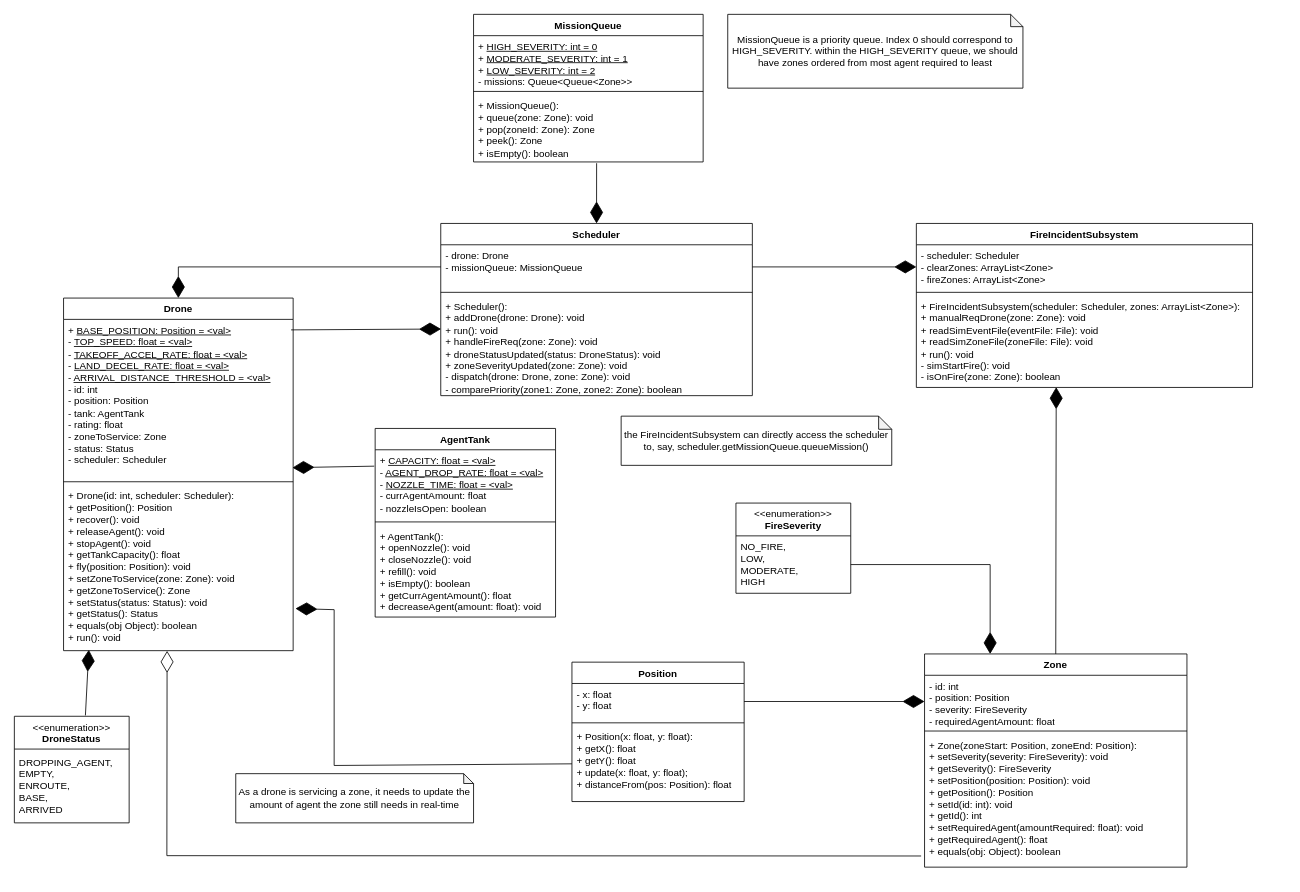
Before: docs/fire_drone_swarm_class.drawio in hubertdang/fire-drone-swarm, a draw.io diagram. Source tidied: cells renumbered, new cells numbered last; positions are measured from the earlier drawing's top-left corner, leaving out a move shared by most shapes. Both pictures are drawn from the tidied source at 82%, with x=0, y=0 at pixel (14, 14).
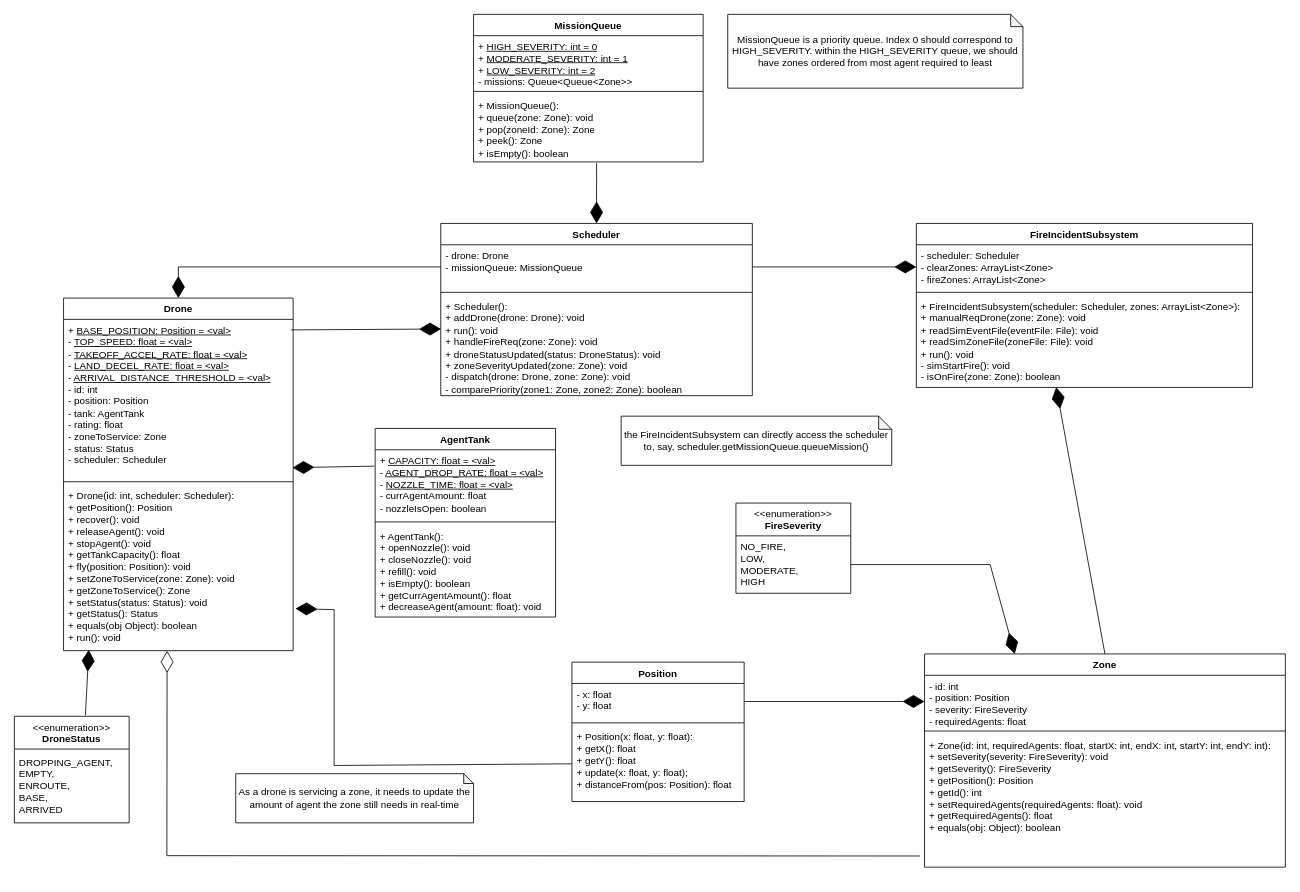
The same page after the edit.

Commit message (it also covers changes not shown here):
chore(zone): add javadocs

The edit, as a diff of the source:
```diff
@@
     <mxCell id="22" value="Zone" style="swimlane;fontStyle=1;align=center;verticalAlign=top;horizontal=1;startSize=26;whiteSpace=wrap;html=1;" parent="1" vertex="1">
-      <mxGeometry x="1110" y="780" width="320" height="260" as="geometry" />
+      <mxGeometry x="1110" y="780" width="440" height="260" as="geometry" />
     </mxCell>
-    <mxCell id="23" value="&lt;div&gt;- id: int&lt;/div&gt;- position: Position&lt;div&gt;- severity: FireSeverity&amp;nbsp;&lt;/div&gt;&lt;div&gt;- requiredAgentAmount: float&lt;/div&gt;&lt;div&gt;&lt;br&gt;&lt;/div&gt;" style="text;strokeColor=none;fillColor=none;align=left;verticalAlign=top;spacingLeft=4;spacingRight=4;overflow=hidden;points=[[0,0.5],[1,0.5]];portConstraint=eastwest;whiteSpace=wrap;html=1;" parent="22" vertex="1">
-      <mxGeometry y="26" width="320" height="64" as="geometry" />
+    <mxCell id="23" value="&lt;div&gt;- id: int&lt;/div&gt;- position: Position&lt;div&gt;- severity: FireSeverity&amp;nbsp;&lt;/div&gt;&lt;div&gt;- requiredAgents: float&lt;/div&gt;&lt;div&gt;&lt;br&gt;&lt;/div&gt;" style="text;strokeColor=none;fillColor=none;align=left;verticalAlign=top;spacingLeft=4;spacingRight=4;overflow=hidden;points=[[0,0.5],[1,0.5]];portConstraint=eastwest;whiteSpace=wrap;html=1;" parent="22" vertex="1">
+      <mxGeometry y="26" width="440" height="64" as="geometry" />
     </mxCell>
     <mxCell id="24" style="line;strokeWidth=1;fillColor=none;align=left;verticalAlign=middle;spacingTop=-1;spacingLeft=3;spacingRight=3;labelPosition=right;strokeColor=inherit;" parent="22" vertex="1">
-      <mxGeometry y="90" width="320" height="8" as="geometry" />
+      <mxGeometry y="90" width="440" height="8" as="geometry" />
     </mxCell>
-    <mxCell id="25" value="+ Zone(zoneStart: Position, zoneEnd: Position):&lt;div&gt;&lt;div&gt;+ setSeverity(severity: FireSeverity): void&lt;/div&gt;&lt;div&gt;+ getSeverity(): FireSeverity&lt;/div&gt;&lt;div&gt;+ setPosition(position: Position): void&lt;/div&gt;&lt;div&gt;+ getPosition(): Position&lt;/div&gt;&lt;div&gt;+ setId(id: int): void&lt;/div&gt;&lt;div&gt;+ getId(): int&lt;/div&gt;&lt;div&gt;+ setRequiredAgent(amountRequired: float): void&lt;/div&gt;&lt;div&gt;+ getRequiredAgent(): float&lt;/div&gt;&lt;div&gt;+ equals(obj: Object): boolean&lt;/div&gt;&lt;div&gt;&lt;br&gt;&lt;/div&gt;&lt;div&gt;&lt;div&gt;&lt;br&gt;&lt;/div&gt;&lt;/div&gt;&lt;/div&gt;" style="text;strokeColor=none;fillColor=none;align=left;verticalAlign=top;spacingLeft=4;spacingRight=4;overflow=hidden;points=[[0,0.5],[1,0.5]];portConstraint=eastwest;whiteSpace=wrap;html=1;" parent="22" vertex="1">
-      <mxGeometry y="98" width="320" height="162" as="geometry" />
+    <mxCell id="25" value="+ Zone(id: int, requiredAgents: float, startX: int, endX: int, startY: int, endY: int):&lt;div&gt;&lt;div&gt;+ setSeverity(severity: FireSeverity): void&lt;/div&gt;&lt;div&gt;+ getSeverity(): FireSeverity&lt;/div&gt;&lt;div&gt;+ getPosition(): Position&lt;/div&gt;&lt;div&gt;+ getId(): int&lt;/div&gt;&lt;div&gt;+ setRequiredAgents(requiredAgents: float): void&lt;/div&gt;&lt;div&gt;+ getRequiredAgents(): float&lt;/div&gt;&lt;div&gt;+ equals(obj: Object): boolean&lt;/div&gt;&lt;div&gt;&lt;br&gt;&lt;/div&gt;&lt;div&gt;&lt;div&gt;&lt;br&gt;&lt;/div&gt;&lt;/div&gt;&lt;/div&gt;" style="text;strokeColor=none;fillColor=none;align=left;verticalAlign=top;spacingLeft=4;spacingRight=4;overflow=hidden;points=[[0,0.5],[1,0.5]];portConstraint=eastwest;whiteSpace=wrap;html=1;" parent="22" vertex="1">
+      <mxGeometry y="98" width="440" height="162" as="geometry" />
     </mxCell>
```
